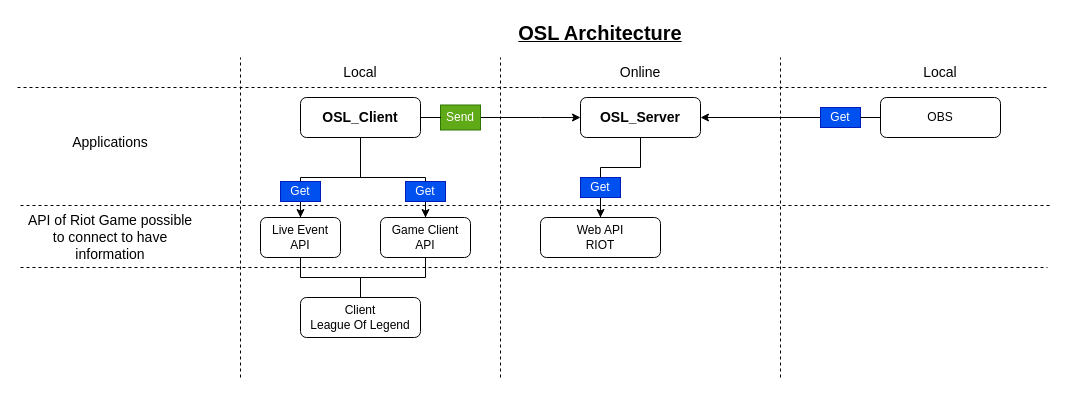
Sky-CSC/OSL keeps this draw.io diagram as docfx/picture/OSL-architecture.drawio. Above is the earlier version. Source tidied: cells renumbered, new cells numbered last; positions are measured from the earlier drawing's top-left corner, leaving out a move shared by most shapes. Both pictures are drawn from the tidied source at 100%, with x=0, y=0 at pixel (17, 17).
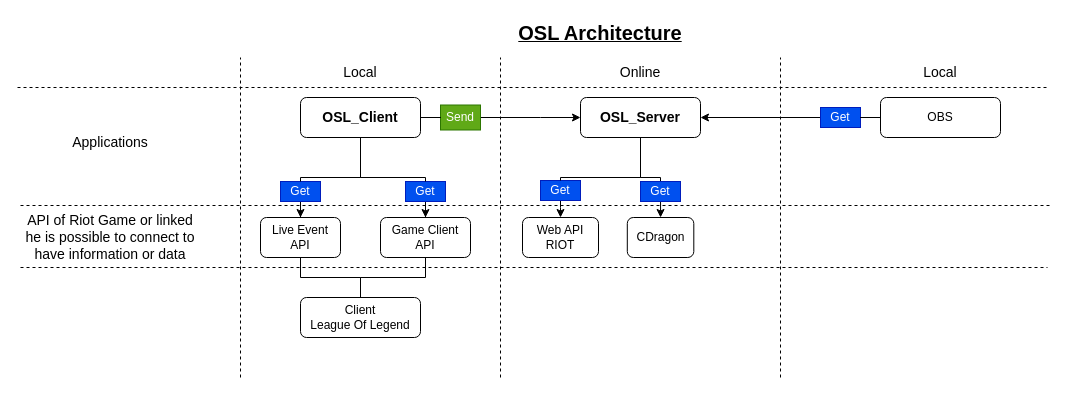
The same diagram, later.

The change refers to these unchanged cells:
```xml
<mxCell id="7" value="OSL_Server" style="rounded=1;whiteSpace=wrap;html=1;fontStyle=1;fontSize=14;" parent="1" vertex="1">
  <mxGeometry x="563" y="80" width="120" height="40" as="geometry" />
</mxCell>
```

Diff of the diagram source:
```diff
@@
     <mxCell id="6" style="edgeStyle=orthogonalEdgeStyle;rounded=0;jettySize=auto;html=1;entryX=0.5;entryY=0;entryDx=0;entryDy=0;endArrow=classic;endFill=1;startArrow=none;" parent="1" edge="1" source="20" target="11">
-      <mxGeometry relative="1" as="geometry" />
+      <mxGeometry relative="1" as="geometry">
+        <Array as="points">
+          <mxPoint x="543" y="190" />
+          <mxPoint x="543" y="190" />
+        </Array>
+      </mxGeometry>
     </mxCell>
+    <mxCell id="38" style="edgeStyle=orthogonalEdgeStyle;rounded=0;jettySize=auto;html=1;entryX=0.5;entryY=0;entryDx=0;entryDy=0;endArrow=none;endFill=0;" parent="1" edge="1" source="7" target="41">
+      <mxGeometry relative="1" as="geometry">
+        <Array as="points">
+          <mxPoint x="623" y="160" />
+          <mxPoint x="643" y="160" />
+        </Array>
+      </mxGeometry>
+    </mxCell>
@@
     <mxCell id="11" value="Web API&lt;br&gt;RIOT" style="rounded=1;whiteSpace=wrap;html=1;" parent="1" vertex="1">
-      <mxGeometry x="523" y="200" width="120" height="40" as="geometry" />
+      <mxGeometry x="505" y="200" width="76" height="40" as="geometry" />
     </mxCell>
@@
     <mxCell id="20" value="Get" style="text;html=1;strokeColor=#001DBC;fillColor=#0050ef;align=center;verticalAlign=middle;whiteSpace=wrap;rounded=0;fontColor=#ffffff;" parent="1" vertex="1">
-      <mxGeometry x="563" y="160" width="40" height="20" as="geometry" />
+      <mxGeometry x="523" y="163" width="40" height="20" as="geometry" />
     </mxCell>
     <mxCell id="21" style="edgeStyle=orthogonalEdgeStyle;rounded=0;jettySize=auto;html=1;entryX=0.5;entryY=0;entryDx=0;entryDy=0;endArrow=none;endFill=1;" parent="1" edge="1" source="7" target="20">
       <mxGeometry relative="1" as="geometry">
         <Array as="points">
-          <mxPoint x="623" y="150" />
-          <mxPoint x="583" y="150" />
+          <mxPoint x="623" y="160" />
+          <mxPoint x="543" y="160" />
         </Array>
       </mxGeometry>
     </mxCell>
@@
-    <mxCell id="29" value="API of Riot Game possible to connect to have information" style="text;html=1;strokeColor=none;fillColor=none;align=center;verticalAlign=middle;whiteSpace=wrap;rounded=0;fontSize=14;" parent="1" vertex="1">
+    <mxCell id="29" value="API of Riot Game or linked he is possible to connect to have information or data" style="text;html=1;strokeColor=none;fillColor=none;align=center;verticalAlign=middle;whiteSpace=wrap;rounded=0;fontSize=14;" parent="1" vertex="1">
       <mxGeometry x="3" y="205" width="180" height="30" as="geometry" />
     </mxCell>
@@
+    <mxCell id="39" value="CDragon" style="rounded=1;whiteSpace=wrap;html=1;" parent="1" vertex="1">
+      <mxGeometry x="609.8" y="200" width="66.5" height="40" as="geometry" />
+    </mxCell>
+    <mxCell id="40" style="edgeStyle=orthogonalEdgeStyle;rounded=0;jettySize=auto;html=1;entryX=0.5;entryY=0;entryDx=0;entryDy=0;" parent="1" edge="1" source="41" target="39">
+      <mxGeometry relative="1" as="geometry">
+        <Array as="points">
+          <mxPoint x="643" y="200" />
+        </Array>
+      </mxGeometry>
+    </mxCell>
+    <mxCell id="41" value="Get" style="text;html=1;strokeColor=#001DBC;fillColor=#0050ef;align=center;verticalAlign=middle;whiteSpace=wrap;rounded=0;fontColor=#ffffff;" parent="1" vertex="1">
+      <mxGeometry x="623" y="164" width="40" height="20" as="geometry" />
+    </mxCell>
```
